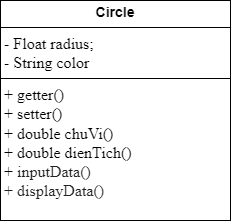
Earlier version of the draw.io export src/名称未設定ファイル.drawio.png (HuongDinh143/Exercise_MD2_Session04). Source tidied: cells renumbered, new cells last; positions are measured from the earlier drawing's top-left corner, leaving out a move shared by most shapes.
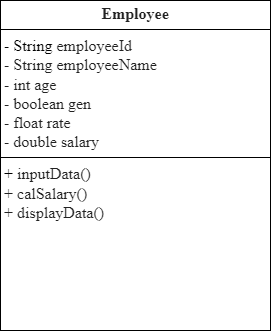
Later version of the same file.

What changed in the source:
```diff
@@ -2,8 +2,8 @@
   <root>
     <mxCell id="0" />
     <mxCell id="1" parent="0" />
-    <mxCell id="2" value="&lt;p style=&quot;margin:0px;margin-top:4px;text-align:center;&quot;&gt;&lt;b&gt;&lt;font style=&quot;font-size: 14px;&quot; face=&quot;Helvetica&quot;&gt;Circle&lt;/font&gt;&lt;/b&gt;&lt;/p&gt;&lt;hr size=&quot;1&quot; style=&quot;border-style:solid;&quot;&gt;&lt;p style=&quot;margin:0px;margin-left:4px;&quot;&gt;&lt;font size=&quot;3&quot; face=&quot;ked19P_YB41xmlOtGffH&quot;&gt;- Float radius&lt;/font&gt;&lt;span style=&quot;font-family: ked19P_YB41xmlOtGffH; font-size: medium; background-color: initial;&quot;&gt;;&lt;/span&gt;&lt;/p&gt;&lt;p style=&quot;margin:0px;margin-left:4px;&quot;&gt;&lt;font size=&quot;3&quot; face=&quot;ked19P_YB41xmlOtGffH&quot;&gt;- String color&lt;/font&gt;&lt;/p&gt;&lt;hr size=&quot;1&quot; style=&quot;border-style:solid;&quot;&gt;&lt;p style=&quot;margin:0px;margin-left:4px;&quot;&gt;&lt;font size=&quot;3&quot; face=&quot;ked19P_YB41xmlOtGffH&quot;&gt;+ getter()&lt;/font&gt;&lt;/p&gt;&lt;p style=&quot;margin:0px;margin-left:4px;&quot;&gt;&lt;font size=&quot;3&quot; face=&quot;ked19P_YB41xmlOtGffH&quot;&gt;+ setter()&lt;/font&gt;&lt;/p&gt;&lt;p style=&quot;margin:0px;margin-left:4px;&quot;&gt;&lt;font size=&quot;3&quot; face=&quot;ked19P_YB41xmlOtGffH&quot;&gt;+ double chuVi()&lt;/font&gt;&lt;/p&gt;&lt;p style=&quot;margin:0px;margin-left:4px;&quot;&gt;&lt;font size=&quot;3&quot; face=&quot;ked19P_YB41xmlOtGffH&quot;&gt;+ double dienTich()&lt;/font&gt;&lt;/p&gt;&lt;p style=&quot;margin:0px;margin-left:4px;&quot;&gt;&lt;font size=&quot;3&quot; face=&quot;ked19P_YB41xmlOtGffH&quot;&gt;+&lt;font style=&quot;&quot;&gt;&amp;nbsp;&lt;span style=&quot;background-color: rgb(255, 255, 255); color: rgb(34, 34, 34);&quot;&gt;inputData()&lt;/span&gt;&lt;/font&gt;&lt;/font&gt;&lt;/p&gt;&lt;p style=&quot;margin:0px;margin-left:4px;&quot;&gt;&lt;font size=&quot;3&quot; face=&quot;ked19P_YB41xmlOtGffH&quot; style=&quot;&quot;&gt;&lt;font style=&quot;&quot;&gt;&lt;span style=&quot;background-color: rgb(255, 255, 255); color: rgb(34, 34, 34);&quot;&gt;+&amp;nbsp;&lt;/span&gt;&lt;/font&gt;&lt;span style=&quot;background-color: rgb(255, 255, 255); color: rgb(34, 34, 34);&quot;&gt;displayData()&lt;/span&gt;&lt;/font&gt;&lt;/p&gt;&lt;p style=&quot;margin:0px;margin-left:4px;&quot;&gt;&lt;font size=&quot;3&quot; face=&quot;ked19P_YB41xmlOtGffH&quot;&gt;&lt;br&gt;&lt;/font&gt;&lt;/p&gt;&lt;p style=&quot;margin:0px;margin-left:4px;&quot;&gt;&lt;br&gt;&lt;/p&gt;" style="verticalAlign=top;align=left;overflow=fill;html=1;whiteSpace=wrap;" parent="1" vertex="1">
-      <mxGeometry width="230" height="220" as="geometry" />
+    <mxCell id="2" value="&lt;p style=&quot;margin:0px;margin-top:4px;text-align:center;&quot;&gt;&lt;span style=&quot;color: rgb(34, 34, 34); font-family: &amp;quot;Roboto Flex&amp;quot;; font-size: 16px; text-align: left; background-color: rgb(255, 255, 255);&quot;&gt;&lt;b&gt;Employee&lt;/b&gt;&lt;/span&gt;&lt;br&gt;&lt;/p&gt;&lt;hr size=&quot;1&quot; style=&quot;border-style:solid;&quot;&gt;&lt;p style=&quot;margin:0px;margin-left:4px;&quot;&gt;&lt;font size=&quot;3&quot; face=&quot;ked19P_YB41xmlOtGffH&quot;&gt;- String&amp;nbsp;&lt;/font&gt;&lt;span style=&quot;background-color: rgb(255, 255, 255); color: rgb(34, 34, 34); font-family: &amp;quot;Roboto Flex&amp;quot;; font-size: 16px;&quot;&gt;employeeId&lt;/span&gt;&lt;font size=&quot;3&quot; face=&quot;ked19P_YB41xmlOtGffH&quot;&gt;&lt;br&gt;&lt;/font&gt;&lt;/p&gt;&lt;p style=&quot;margin:0px;margin-left:4px;&quot;&gt;&lt;span style=&quot;background-color: rgb(255, 255, 255); color: rgb(34, 34, 34); font-family: &amp;quot;Roboto Flex&amp;quot;; font-size: 16px;&quot;&gt;- String&amp;nbsp;&lt;/span&gt;&lt;span style=&quot;background-color: rgb(255, 255, 255); color: rgb(34, 34, 34); font-family: &amp;quot;Roboto Flex&amp;quot;; font-size: 16px;&quot;&gt;employeeName&lt;/span&gt;&lt;/p&gt;&lt;p style=&quot;margin:0px;margin-left:4px;&quot;&gt;&lt;span style=&quot;background-color: rgb(255, 255, 255); color: rgb(34, 34, 34); font-family: &amp;quot;Roboto Flex&amp;quot;; font-size: 16px;&quot;&gt;- int&amp;nbsp;&lt;/span&gt;&lt;span style=&quot;background-color: rgb(255, 255, 255); color: rgb(34, 34, 34); font-family: &amp;quot;Roboto Flex&amp;quot;; font-size: 16px;&quot;&gt;age&lt;/span&gt;&lt;/p&gt;&lt;p style=&quot;margin:0px;margin-left:4px;&quot;&gt;&lt;span style=&quot;background-color: rgb(255, 255, 255); color: rgb(34, 34, 34); font-family: &amp;quot;Roboto Flex&amp;quot;; font-size: 16px;&quot;&gt;- boolean&amp;nbsp;&lt;/span&gt;&lt;span style=&quot;background-color: rgb(255, 255, 255); color: rgb(34, 34, 34); font-family: &amp;quot;Roboto Flex&amp;quot;; font-size: 16px;&quot;&gt;gen&lt;/span&gt;&lt;/p&gt;&lt;p style=&quot;margin:0px;margin-left:4px;&quot;&gt;&lt;span style=&quot;background-color: rgb(255, 255, 255); color: rgb(34, 34, 34); font-family: &amp;quot;Roboto Flex&amp;quot;; font-size: 16px;&quot;&gt;- float&amp;nbsp;&lt;/span&gt;&lt;span style=&quot;background-color: rgb(255, 255, 255); color: rgb(34, 34, 34); font-family: &amp;quot;Roboto Flex&amp;quot;; font-size: 16px;&quot;&gt;rate&lt;/span&gt;&lt;/p&gt;&lt;p style=&quot;margin:0px;margin-left:4px;&quot;&gt;&lt;span style=&quot;background-color: rgb(255, 255, 255); color: rgb(34, 34, 34); font-family: &amp;quot;Roboto Flex&amp;quot;; font-size: 16px;&quot;&gt;- double&amp;nbsp;&lt;/span&gt;&lt;span style=&quot;background-color: rgb(255, 255, 255); color: rgb(34, 34, 34); font-family: &amp;quot;Roboto Flex&amp;quot;; font-size: 16px;&quot;&gt;salary&lt;/span&gt;&lt;/p&gt;&lt;hr size=&quot;1&quot; style=&quot;border-style:solid;&quot;&gt;&lt;p style=&quot;margin:0px;margin-left:4px;&quot;&gt;&lt;span style=&quot;font-family: ked19P_YB41xmlOtGffH; font-size: medium; background-color: initial;&quot;&gt;+&lt;/span&gt;&lt;font style=&quot;font-family: ked19P_YB41xmlOtGffH; font-size: medium; background-color: initial;&quot;&gt;&amp;nbsp;&lt;span style=&quot;background-color: rgb(255, 255, 255); color: rgb(34, 34, 34);&quot;&gt;inputData()&lt;/span&gt;&lt;/font&gt;&lt;/p&gt;&lt;p style=&quot;margin:0px;margin-left:4px;&quot;&gt;&lt;font size=&quot;3&quot; face=&quot;ked19P_YB41xmlOtGffH&quot; style=&quot;&quot;&gt;&lt;span style=&quot;background-color: rgb(255, 255, 255); color: rgb(34, 34, 34);&quot;&gt;+&amp;nbsp;&lt;/span&gt;&lt;/font&gt;&lt;span style=&quot;background-color: rgb(255, 255, 255); color: rgb(34, 34, 34); font-family: &amp;quot;Roboto Flex&amp;quot;; font-size: 16px;&quot;&gt;calSalary()&lt;/span&gt;&lt;/p&gt;&lt;p style=&quot;margin:0px;margin-left:4px;&quot;&gt;&lt;font style=&quot;font-family: ked19P_YB41xmlOtGffH; font-size: medium;&quot;&gt;&lt;span style=&quot;background-color: rgb(255, 255, 255); color: rgb(34, 34, 34);&quot;&gt;+&amp;nbsp;&lt;/span&gt;&lt;/font&gt;&lt;span style=&quot;font-family: ked19P_YB41xmlOtGffH; font-size: medium; background-color: rgb(255, 255, 255); color: rgb(34, 34, 34);&quot;&gt;displayData()&lt;/span&gt;&lt;span style=&quot;background-color: rgb(255, 255, 255); color: rgb(34, 34, 34); font-family: &amp;quot;Roboto Flex&amp;quot;; font-size: 16px;&quot;&gt;&lt;br&gt;&lt;/span&gt;&lt;/p&gt;&lt;p style=&quot;margin:0px;margin-left:4px;&quot;&gt;&lt;font size=&quot;3&quot; face=&quot;ked19P_YB41xmlOtGffH&quot;&gt;&lt;br&gt;&lt;/font&gt;&lt;/p&gt;&lt;p style=&quot;margin:0px;margin-left:4px;&quot;&gt;&lt;br&gt;&lt;/p&gt;" style="verticalAlign=top;align=left;overflow=fill;html=1;whiteSpace=wrap;" parent="1" vertex="1">
+      <mxGeometry width="270" height="330" as="geometry" />
     </mxCell>
   </root>
 </mxGraphModel>
```
